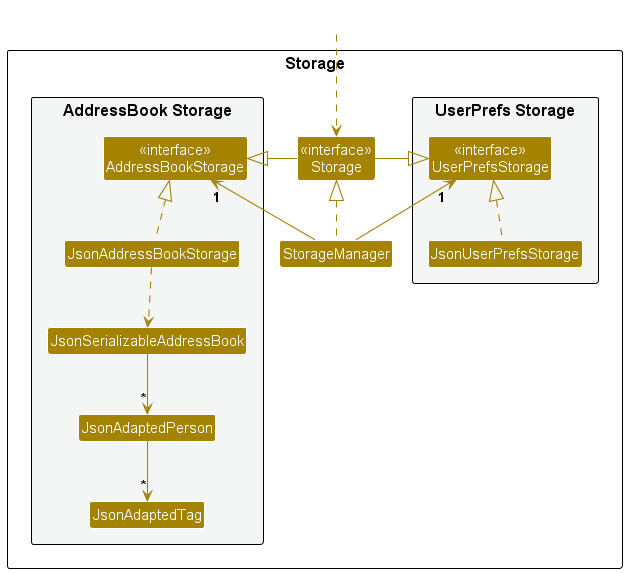
The PlantUML diagram docs/images/StorageClassDiagram.png in nus-cs2103-AY2425S1/tp, before a commit.
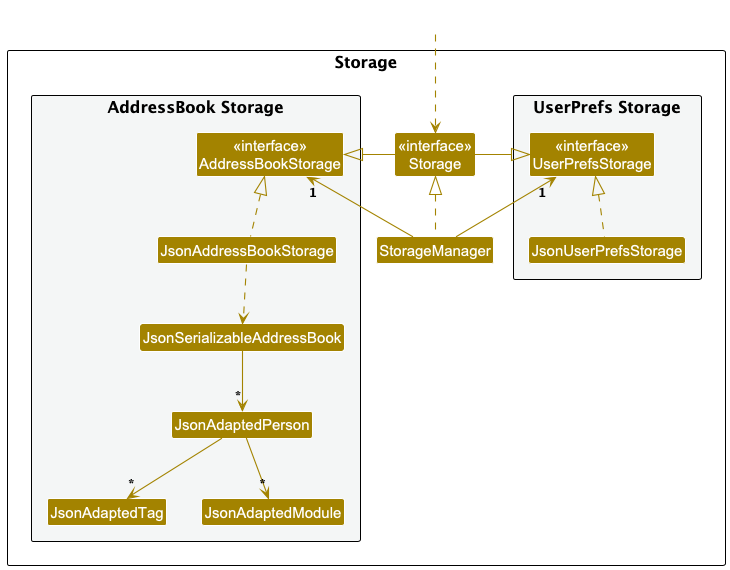
Later version of the same file.

Commit message:
Update the UML diagram in Developer Guide

The current diagram does not show JsonAdaptedModule class

Diff of the diagram source:
```diff
@@ -5,6 +5,15 @@
 skinparam classBackgroundColor STORAGE_COLOR
 
 package Storage as StoragePackage {
+
+package "AddressBook Storage" #F4F6F6{
+Class "<<interface>>\nAddressBookStorage" as AddressBookStorage
+Class JsonAddressBookStorage
+Class JsonSerializableAddressBook
+Class JsonAdaptedPerson
+Class JsonAdaptedTag
+Class JsonAdaptedModule
+}
 
 package "UserPrefs Storage" #F4F6F6{
 Class "<<interface>>\nUserPrefsStorage" as UserPrefsStorage
@@ -14,13 +23,7 @@
 Class "<<interface>>\nStorage" as Storage
 Class StorageManager
 
-package "AddressBook Storage" #F4F6F6{
-Class "<<interface>>\nAddressBookStorage" as AddressBookStorage
-Class JsonAddressBookStorage
-Class JsonSerializableAddressBook
-Class JsonAdaptedPerson
-Class JsonAdaptedTag
-}
+
 
 }
 
@@ -39,5 +42,5 @@
 JsonAddressBookStorage ..> JsonSerializableAddressBook
 JsonSerializableAddressBook --> "*" JsonAdaptedPerson
 JsonAdaptedPerson --> "*" JsonAdaptedTag
-
+JsonAdaptedPerson --> "*" JsonAdaptedModule
 @enduml
```
